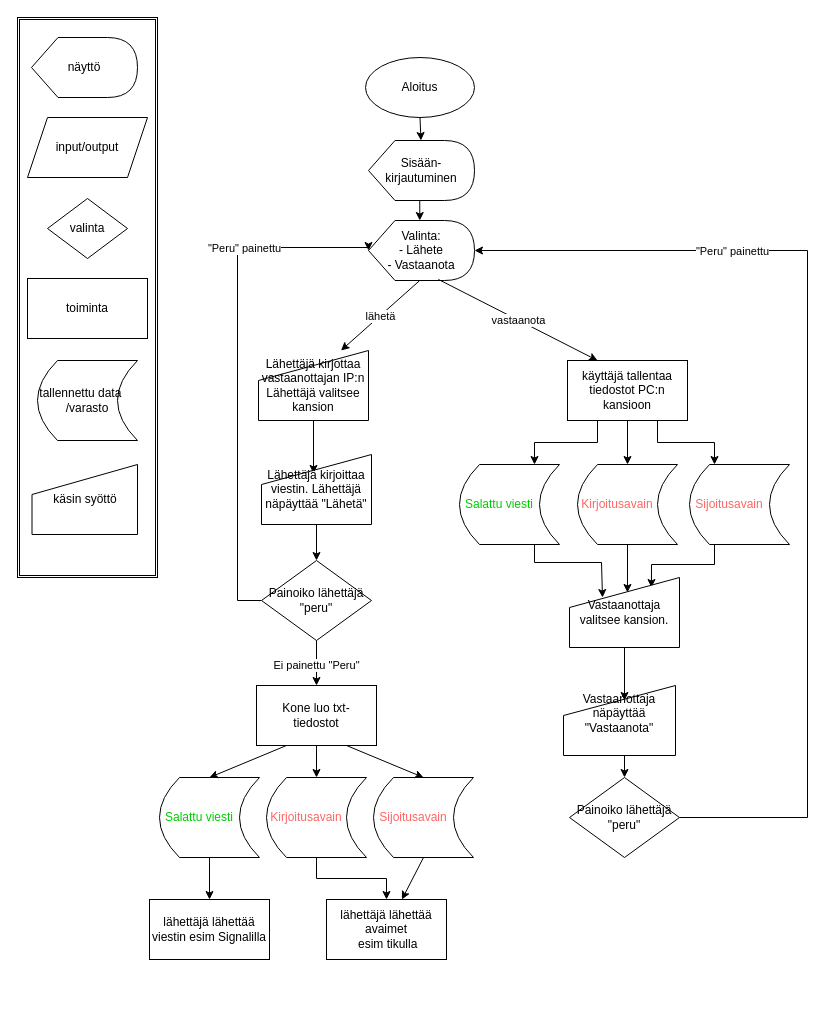
Earlier version of the draw.io diagram Viestittely vuokaavio.drawio (SimpeLe/Viestittely-kansio). Source tidied: cells renumbered, new cells numbered last; positions are measured from the earlier drawing's top-left corner, leaving out a move shared by most shapes. Both pictures are drawn from the tidied source at 100%, with x=0, y=0 at pixel (17, 17).
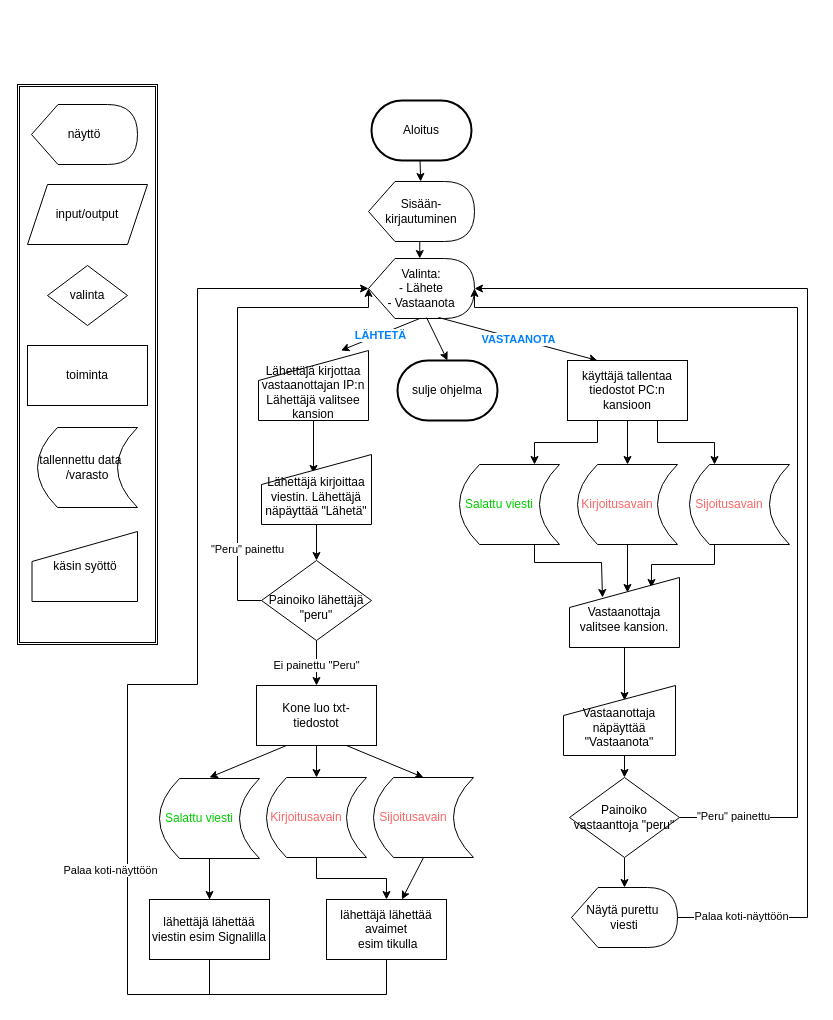
The same page after the edit.

Unchanged cells that the change refers to:
```xml
<mxCell id="8" style="endArrow=classic;html=1;rounded=0;entryX=0.25;entryY=0;entryDx=0;entryDy=0;exitX=0.66;exitY=0.983;exitDx=0;exitDy=0;exitPerimeter=0;" parent="1" edge="1" source="5" target="40">
  <mxGeometry relative="1" as="geometry" />
</mxCell>
<mxCell id="10" style="endArrow=classic;html=1;rounded=0;exitX=0;exitY=0;exitDx=51.25;exitDy=60;exitPerimeter=0;entryX=0.75;entryY=0;entryDx=0;entryDy=0;" parent="1" edge="1" source="5" target="49">
  <mxGeometry relative="1" as="geometry" />
</mxCell>
<mxCell id="21" value="&lt;div&gt;Kone luo txt-&lt;/div&gt;&lt;div&gt;tiedostot&lt;/div&gt;" style="rounded=0;whiteSpace=wrap;html=1;" parent="1" vertex="1">
  <mxGeometry x="239" y="668" width="120" height="60" as="geometry" />
</mxCell>
<mxCell id="32" value="&lt;div&gt;lähettäjä lähettää avaimet&lt;/div&gt;&amp;nbsp;esim tikulla" style="whiteSpace=wrap;html=1;" parent="1" vertex="1">
  <mxGeometry x="309" y="882" width="120" height="60" as="geometry" />
</mxCell>
```

Diff of the diagram source:
```diff
@@
+    <mxCell id="56" style="endArrow=none;html=1;rounded=0;exitX=0.5;exitY=1;exitDx=0;exitDy=0;" parent="1" edge="1">
+      <mxGeometry relative="1" as="geometry">
+        <mxPoint x="192" y="877" as="sourcePoint" />
+        <mxPoint x="192" y="905" as="targetPoint" />
+      </mxGeometry>
+    </mxCell>
     <mxCell id="2" style="shape=ext;double=1;rounded=0;whiteSpace=wrap;html=1;" parent="1" vertex="1">
-      <mxGeometry width="140" height="560" as="geometry" />
+      <mxGeometry y="67" width="140" height="560" as="geometry" />
     </mxCell>
-    <mxCell id="3" value="&lt;div&gt;Aloitus&lt;/div&gt;" style="ellipse;whiteSpace=wrap;html=1;" parent="1" vertex="1">
-      <mxGeometry x="348" y="40" width="109" height="60" as="geometry" />
-    </mxCell>
-    <mxCell id="4" style="endArrow=classic;html=1;rounded=0;" parent="1" edge="1" source="3" target="6">
-      <mxGeometry relative="1" as="geometry" />
+    <mxCell id="4" style="endArrow=classic;html=1;rounded=0;" parent="1" edge="1" target="6">
+      <mxGeometry relative="1" as="geometry">
+        <mxPoint x="402.5" y="141" as="sourcePoint" />
+      </mxGeometry>
     </mxCell>
     <mxCell id="5" value="&lt;div&gt;Valinta:&lt;/div&gt;&lt;div&gt;- Lähete&lt;/div&gt;&lt;div&gt;- Vastaanota&lt;/div&gt;" style="shape=display;whiteSpace=wrap;html=1;" parent="1" vertex="1">
-      <mxGeometry x="351" y="203" width="106" height="60" as="geometry" />
+      <mxGeometry x="351" y="241" width="106" height="60" as="geometry" />
     </mxCell>
     <mxCell id="6" value="&lt;div&gt;Sisään-&lt;/div&gt;&lt;div&gt;kirjautuminen&lt;br&gt;&lt;/div&gt;" style="shape=display;whiteSpace=wrap;html=1;" parent="1" vertex="1">
-      <mxGeometry x="351" y="123" width="106" height="60" as="geometry" />
+      <mxGeometry x="351" y="164" width="106" height="60" as="geometry" />
     </mxCell>
@@
-    <mxCell id="9" value="vastaanota" style="edgeLabel;html=1;align=center;verticalAlign=middle;" parent="8" vertex="1">
+    <mxCell id="9" value="&lt;font color=&quot;#0080ff&quot;&gt;VASTAANOTA&lt;/font&gt;" style="edgeLabel;html=1;align=center;verticalAlign=middle;labelBorderColor=none;fontStyle=1;" parent="8" vertex="1">
       <mxGeometry relative="1" as="geometry" />
     </mxCell>
@@
-    <mxCell id="11" value="&lt;div&gt;lähetä&lt;/div&gt;" style="edgeLabel;html=1;align=center;verticalAlign=middle;" parent="10" vertex="1">
+    <mxCell id="11" value="LÄHTETÄ" style="edgeLabel;html=1;align=center;verticalAlign=middle;fontStyle=1;fontColor=#0080FF;" parent="10" vertex="1">
       <mxGeometry relative="1" as="geometry" />
     </mxCell>
     <mxCell id="12" value="valinta" style="rhombus;whiteSpace=wrap;html=1;" parent="1" vertex="1">
-      <mxGeometry x="30" y="181" width="80" height="60" as="geometry" />
+      <mxGeometry x="30" y="248" width="80" height="60" as="geometry" />
     </mxCell>
     <mxCell id="13" style="edgeStyle=orthogonalEdgeStyle;rounded=0;jettySize=auto;html=1;entryX=0;entryY=0.5;entryDx=0;entryDy=0;entryPerimeter=0;exitX=0;exitY=0.5;exitDx=0;exitDy=0;" parent="1" edge="1" source="15" target="5">
       <mxGeometry relative="1" as="geometry">
         <Array as="points">
           <mxPoint x="220" y="583" />
-          <mxPoint x="220" y="230" />
-          <mxPoint x="351" y="230" />
+          <mxPoint x="220" y="290" />
+          <mxPoint x="351" y="290" />
         </Array>
       </mxGeometry>
     </mxCell>
     <mxCell id="14" value="&quot;Peru&quot; painettu" style="edgeLabel;html=1;align=center;verticalAlign=middle;" parent="13" vertex="1">
-      <mxGeometry x="0.5" relative="1" as="geometry" />
+      <mxGeometry x="0.5" relative="1" as="geometry">
+        <mxPoint x="-24" y="241" as="offset" />
+      </mxGeometry>
     </mxCell>
-    <mxCell id="15" value="Painoiko lähettäjä &quot;peru&quot;" style="rhombus;whiteSpace=wrap;html=1;" parent="1" vertex="1">
+    <mxCell id="15" value="&lt;div&gt;&lt;br&gt;&lt;/div&gt;&lt;div&gt;Painoiko lähettäjä &quot;peru&quot;&lt;/div&gt;" style="rhombus;whiteSpace=wrap;html=1;" parent="1" vertex="1">
       <mxGeometry x="244" y="543" width="110" height="80" as="geometry" />
     </mxCell>
     <mxCell id="16" value="näyttö" style="shape=display;whiteSpace=wrap;html=1;" parent="1" vertex="1">
-      <mxGeometry x="14" y="20" width="106" height="60" as="geometry" />
+      <mxGeometry x="14" y="87" width="106" height="60" as="geometry" />
     </mxCell>
@@
-    <mxCell id="23" style="edgeStyle=orthogonalEdgeStyle;rounded=0;jettySize=auto;html=1;" parent="1" edge="1" source="24" target="34">
-      <mxGeometry relative="1" as="geometry" />
+    <mxCell id="23" style="edgeStyle=orthogonalEdgeStyle;rounded=0;orthogonalLoop=1;jettySize=auto;html=1;" parent="1" edge="1">
+      <mxGeometry relative="1" as="geometry">
+        <mxPoint x="192" y="775" as="sourcePoint" />
+        <mxPoint x="192" y="817" as="targetPoint" />
+      </mxGeometry>
     </mxCell>
+    <mxCell id="57" style="edgeStyle=orthogonalEdgeStyle;rounded=0;jettySize=auto;html=1;" parent="1" edge="1" source="24" target="34">
+      <mxGeometry relative="1" as="geometry" />
+    </mxCell>
     <mxCell id="24" value="&lt;font color=&quot;#00cc00&quot;&gt;Salattu viesti&amp;nbsp;&amp;nbsp;&amp;nbsp;&amp;nbsp;&amp;nbsp;&amp;nbsp; &lt;/font&gt;" style="shape=dataStorage;whiteSpace=wrap;html=1;fixedSize=1;" parent="1" vertex="1">
-      <mxGeometry x="142" y="760" width="100" height="80" as="geometry" />
+      <mxGeometry x="142" y="761" width="100" height="80" as="geometry" />
     </mxCell>
@@
-    <mxCell id="27" style="endArrow=classic;html=1;rounded=0;exitX=0.25;exitY=1;exitDx=0;exitDy=0;entryX=0.5;entryY=0;entryDx=0;entryDy=0;" parent="1" edge="1" source="21" target="24">
-      <mxGeometry relative="1" as="geometry" />
+    <mxCell id="27" style="endArrow=classic;html=1;rounded=0;exitX=0.25;exitY=1;exitDx=0;exitDy=0;entryX=0.5;entryY=0;entryDx=0;entryDy=0;" parent="1" edge="1" source="21">
+      <mxGeometry relative="1" as="geometry">
+        <mxPoint x="192" y="760" as="targetPoint" />
+      </mxGeometry>
     </mxCell>
     <mxCell id="28" value="&lt;div&gt;tallennettu data&amp;nbsp; &amp;nbsp;&amp;nbsp; &lt;br&gt;&lt;/div&gt;&lt;div&gt;/varasto&lt;br&gt;&lt;/div&gt;" style="shape=dataStorage;whiteSpace=wrap;html=1;fixedSize=1;" parent="1" vertex="1">
-      <mxGeometry x="20" y="343" width="100" height="80" as="geometry" />
+      <mxGeometry x="20" y="410" width="100" height="80" as="geometry" />
     </mxCell>
     <mxCell id="29" value="toiminta" style="rounded=0;whiteSpace=wrap;html=1;" parent="1" vertex="1">
-      <mxGeometry x="10" y="261" width="120" height="60" as="geometry" />
+      <mxGeometry x="10" y="328" width="120" height="60" as="geometry" />
     </mxCell>
     <mxCell id="30" value="input/output" style="shape=parallelogram;perimeter=parallelogramPerimeter;whiteSpace=wrap;html=1;fixedSize=1;" parent="1" vertex="1">
-      <mxGeometry x="10" y="100" width="120" height="60" as="geometry" />
+      <mxGeometry x="10" y="167" width="120" height="60" as="geometry" />
     </mxCell>
@@
+    <mxCell id="34" value="lähettäjä lähettää viestin esim Signalilla" style="whiteSpace=wrap;html=1;" parent="1" vertex="1">
+      <mxGeometry x="132" y="882" width="120" height="60" as="geometry" />
+    </mxCell>
@@
-    <mxCell id="34" value="lähettäjä lähettää viestin esim Signalilla" style="whiteSpace=wrap;html=1;" parent="1" vertex="1">
-      <mxGeometry x="132" y="882" width="120" height="60" as="geometry" />
-    </mxCell>
@@
     <mxCell id="47" value="käsin syöttö" style="shape=manualInput;whiteSpace=wrap;html=1;" parent="1" vertex="1">
-      <mxGeometry x="14.5" y="447" width="105.5" height="70" as="geometry" />
+      <mxGeometry x="14.5" y="514" width="105.5" height="70" as="geometry" />
     </mxCell>
-    <mxCell id="48" value="Lähettäjä kirjoittaa viestin. Lähettäjä näpäyttää &quot;Lähetä&quot;" style="shape=manualInput;whiteSpace=wrap;html=1;" parent="1" vertex="1">
+    <mxCell id="48" value="&lt;div&gt;&lt;br&gt;&lt;/div&gt;&lt;div&gt;Lähettäjä kirjoittaa viestin. Lähettäjä näpäyttää &quot;Lähetä&quot;&lt;/div&gt;" style="shape=manualInput;whiteSpace=wrap;html=1;" parent="1" vertex="1">
       <mxGeometry x="244" y="437" width="110" height="70" as="geometry" />
     </mxCell>
-    <mxCell id="49" value="Lähettäjä kirjottaa&lt;div&gt;vastaanottajan IP:n&lt;br&gt;&lt;/div&gt;&lt;div&gt;&lt;div align=&quot;center&quot;&gt;Lähettäjä valitsee kansion&lt;/div&gt;&lt;/div&gt;" style="shape=manualInput;whiteSpace=wrap;html=1;" parent="1" vertex="1">
+    <mxCell id="49" value="&lt;div&gt;&lt;br&gt;&lt;/div&gt;&lt;div&gt;Lähettäjä kirjottaa&lt;/div&gt;&lt;div&gt;vastaanottajan IP:n&lt;br&gt;&lt;/div&gt;&lt;div&gt;&lt;div align=&quot;center&quot;&gt;Lähettäjä valitsee kansion&lt;/div&gt;&lt;/div&gt;" style="shape=manualInput;whiteSpace=wrap;html=1;" parent="1" vertex="1">
       <mxGeometry x="241" y="333" width="110" height="70" as="geometry" />
     </mxCell>
-    <mxCell id="50" value="Vastaanottaja valitsee kansion." style="shape=manualInput;whiteSpace=wrap;html=1;" parent="1" vertex="1">
+    <mxCell id="50" value="&lt;div&gt;&lt;br&gt;&lt;/div&gt;&lt;div&gt;Vastaanottaja valitsee kansion.&lt;/div&gt;" style="shape=manualInput;whiteSpace=wrap;html=1;" parent="1" vertex="1">
       <mxGeometry x="552" y="560" width="110" height="70" as="geometry" />
     </mxCell>
@@
-    <mxCell id="52" value="&lt;div&gt;Vastaanottaja näpäyttää &quot;Vastaanota&quot;&lt;/div&gt;&lt;div&gt;&lt;br&gt;&lt;/div&gt;" style="shape=manualInput;whiteSpace=wrap;html=1;" parent="1" vertex="1">
+    <mxCell id="52" value="&lt;div&gt;&lt;br&gt;&lt;/div&gt;&lt;div&gt;&lt;br&gt;&lt;/div&gt;&lt;div&gt;Vastaanottaja näpäyttää &quot;Vastaanota&quot;&lt;/div&gt;&lt;div&gt;&lt;br&gt;&lt;/div&gt;" style="shape=manualInput;whiteSpace=wrap;html=1;" parent="1" vertex="1">
       <mxGeometry x="546" y="668" width="112" height="70" as="geometry" />
     </mxCell>
+    <mxCell id="58" style="edgeStyle=orthogonalEdgeStyle;rounded=0;jettySize=auto;html=1;" parent="1" edge="1" source="53" target="59">
+      <mxGeometry relative="1" as="geometry" />
+    </mxCell>
-    <mxCell id="53" value="Painoiko lähettäjä &quot;peru&quot;" style="rhombus;whiteSpace=wrap;html=1;" parent="1" vertex="1">
+    <mxCell id="53" value="Painoiko vastaanttoja &quot;peru&quot;" style="rhombus;whiteSpace=wrap;html=1;" parent="1" vertex="1">
       <mxGeometry x="552" y="760" width="110" height="80" as="geometry" />
     </mxCell>
     <mxCell id="54" style="edgeStyle=orthogonalEdgeStyle;rounded=0;jettySize=auto;html=1;entryX=1;entryY=0.5;entryDx=0;entryDy=0;entryPerimeter=0;exitX=1;exitY=0.5;exitDx=0;exitDy=0;" parent="1" edge="1" source="53" target="5">
       <mxGeometry relative="1" as="geometry">
         <Array as="points">
-          <mxPoint x="790" y="800" />
-          <mxPoint x="790" y="233" />
+          <mxPoint x="780" y="800" />
+          <mxPoint x="780" y="290" />
+          <mxPoint x="457" y="290" />
         </Array>
       </mxGeometry>
     </mxCell>
     <mxCell id="55" value="&quot;Peru&quot; painettu" style="edgeLabel;html=1;align=center;verticalAlign=middle;" parent="54" vertex="1">
-      <mxGeometry x="0.5" relative="1" as="geometry" />
+      <mxGeometry x="0.5" relative="1" as="geometry">
+        <mxPoint x="35" y="508" as="offset" />
+      </mxGeometry>
     </mxCell>
+    <mxCell id="59" value="&lt;div&gt;Näytä purettu&amp;nbsp;&lt;/div&gt;&lt;div&gt;viesti&lt;/div&gt;" style="shape=display;whiteSpace=wrap;html=1;" parent="1" vertex="1">
+      <mxGeometry x="554" y="870" width="106" height="60" as="geometry" />
+    </mxCell>
+    <mxCell id="60" style="endArrow=classic;html=1;rounded=0;exitX=1;exitY=0.5;exitDx=0;exitDy=0;exitPerimeter=0;entryX=1;entryY=0.5;entryDx=0;entryDy=0;entryPerimeter=0;" parent="1" edge="1" source="59" target="5">
+      <mxGeometry relative="1" as="geometry">
+        <Array as="points">
+          <mxPoint x="790" y="900" />
+          <mxPoint x="790" y="271" />
+        </Array>
+      </mxGeometry>
+    </mxCell>
+    <mxCell id="61" value="Palaa koti-näyttöön" style="edgeLabel;html=1;align=center;verticalAlign=middle;rotation=0;" parent="60" vertex="1">
+      <mxGeometry relative="1" as="geometry">
+        <mxPoint x="-67" y="414" as="offset" />
+      </mxGeometry>
+    </mxCell>
+    <mxCell id="62" style="endArrow=classic;html=1;rounded=0;exitX=0.5;exitY=1;exitDx=0;exitDy=0;entryX=0;entryY=0.5;entryDx=0;entryDy=0;entryPerimeter=0;" parent="1" edge="1" source="32" target="5">
+      <mxGeometry relative="1" as="geometry">
+        <Array as="points">
+          <mxPoint x="369" y="977" />
+          <mxPoint x="110" y="977" />
+          <mxPoint x="110" y="667" />
+          <mxPoint x="180" y="667" />
+          <mxPoint x="180" y="271" />
+        </Array>
+      </mxGeometry>
+    </mxCell>
+    <mxCell id="63" value="Palaa koti-näyttöön" style="edgeLabel;html=1;align=center;verticalAlign=middle;" parent="62" vertex="1">
+      <mxGeometry relative="1" as="geometry">
+        <mxPoint x="-35" y="185" as="offset" />
+      </mxGeometry>
+    </mxCell>
+    <mxCell id="64" style="endArrow=none;html=1;rounded=0;exitX=0.5;exitY=1;exitDx=0;exitDy=0;" parent="1" edge="1" source="34">
+      <mxGeometry relative="1" as="geometry">
+        <mxPoint x="192" y="977" as="targetPoint" />
+      </mxGeometry>
+    </mxCell>
+    <mxCell id="3" value="Aloitus" style="strokeWidth=2;html=1;shape=mxgraph.flowchart.terminator;whiteSpace=wrap;" parent="1" vertex="1">
+      <mxGeometry x="354" y="83" width="100" height="60" as="geometry" />
+    </mxCell>
+    <mxCell id="65" value="sulje ohjelma" style="strokeWidth=2;html=1;shape=mxgraph.flowchart.terminator;whiteSpace=wrap;" parent="1" vertex="1">
+      <mxGeometry x="380" y="343" width="100" height="60" as="geometry" />
+    </mxCell>
+    <mxCell id="66" style="endArrow=classic;html=1;rounded=0;exitX=0.547;exitY=0.983;exitDx=0;exitDy=0;exitPerimeter=0;entryX=0.5;entryY=0;entryDx=0;entryDy=0;entryPerimeter=0;" parent="1" edge="1" source="5" target="65">
+      <mxGeometry relative="1" as="geometry" />
+    </mxCell>
```
